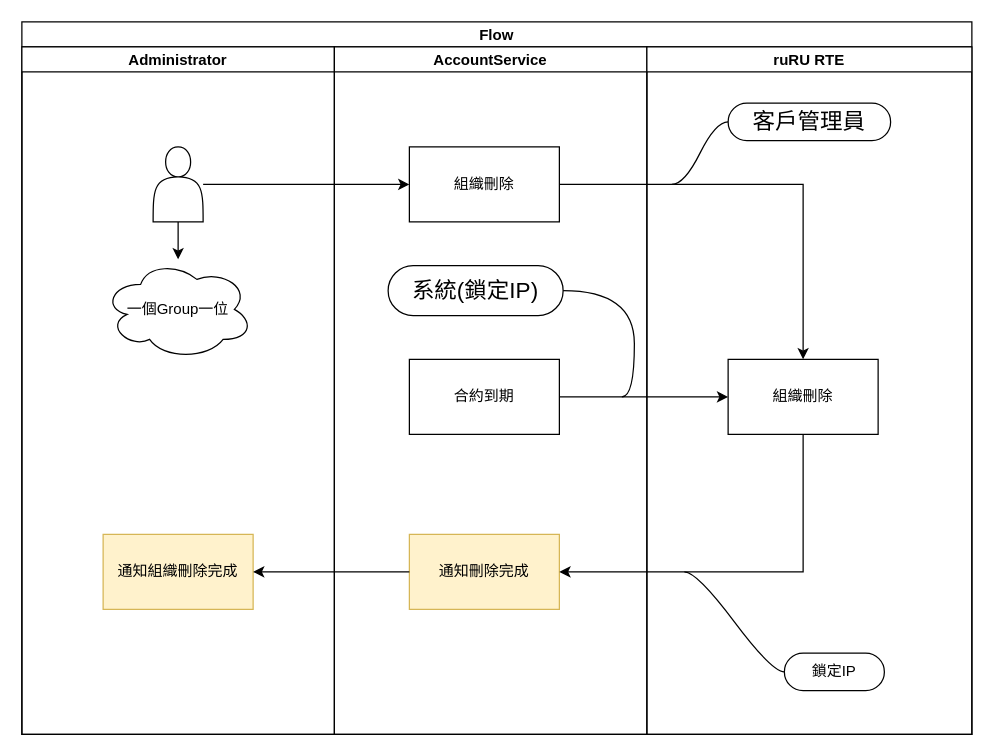
Earlier version of the draw.io diagram page "組織刪除" (5 of 6) of asus/diagram/ASUS-SERVICE-FLOW.drawio (ArcareRD/sadocs). Source tidied: cells renumbered, new cells numbered last; positions are measured from the earlier drawing's top-left corner, leaving out a move shared by most shapes. Both pictures are drawn from the tidied source at 125%, with x=0, y=0 at pixel (21, 21).
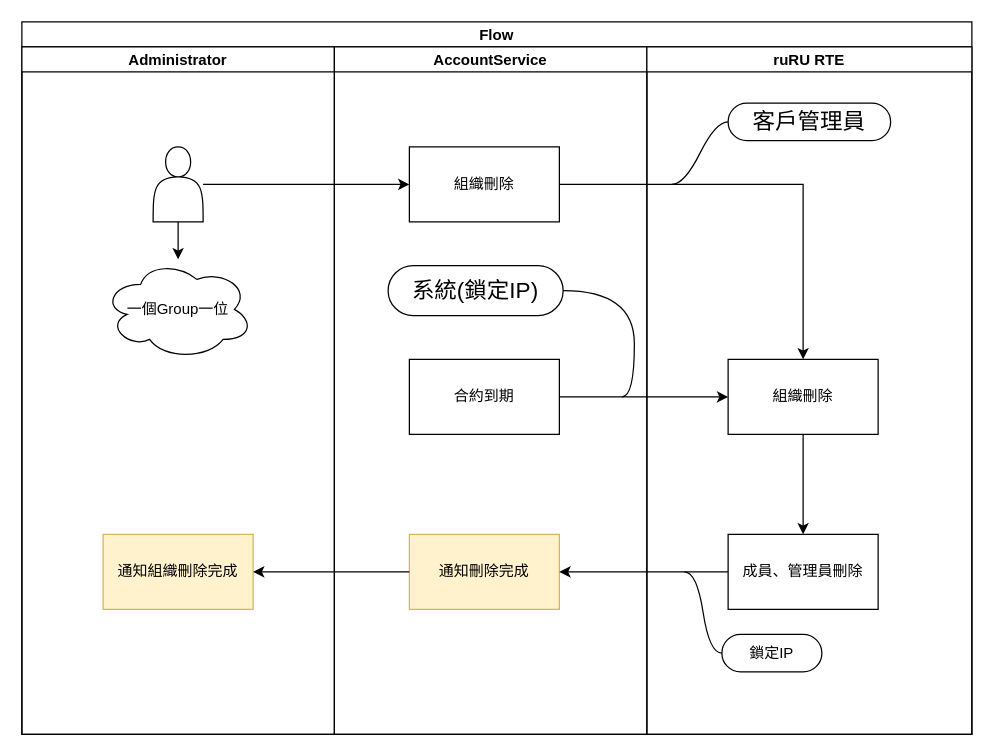
The same diagram, later.

Commit message (it also covers changes not shown here):
華碩整合組織刪除更新

Unchanged cells that the change refers to:
```xml
<mxCell id="2" value="Flow" style="swimlane;startSize=20;" parent="1" vertex="1">
  <mxGeometry width="760" height="570" as="geometry" />
</mxCell>
<mxCell id="12" value="通知刪除完成" style="whiteSpace=wrap;html=1;fillColor=#fff2cc;strokeColor=#d6b656;" parent="9" vertex="1">
  <mxGeometry x="60" y="390" width="120" height="60" as="geometry" />
</mxCell>
<mxCell id="16" value="ruRU RTE" style="swimlane;startSize=20;" parent="2" vertex="1">
  <mxGeometry x="500" y="20" width="260" height="550" as="geometry" />
</mxCell>
<mxCell id="17" value="組織刪除" style="whiteSpace=wrap;html=1;" parent="16" vertex="1">
  <mxGeometry x="65" y="250" width="120" height="60" as="geometry" />
</mxCell>
```

Diff of the diagram source:
```diff
@@
     <mxCell id="18" value="鎖定IP" style="whiteSpace=wrap;html=1;rounded=1;arcSize=50;align=center;verticalAlign=middle;strokeWidth=1;spacing=4;newEdgeStyle={&quot;edgeStyle&quot;:&quot;entityRelationEdgeStyle&quot;,&quot;startArrow&quot;:&quot;none&quot;,&quot;endArrow&quot;:&quot;none&quot;,&quot;segment&quot;:10,&quot;curved&quot;:1};" parent="16" vertex="1">
-      <mxGeometry x="110" y="485" width="80" height="30" as="geometry" />
+      <mxGeometry x="60" y="470" width="80" height="30" as="geometry" />
     </mxCell>
@@
-    <mxCell id="22" style="edgeStyle=orthogonalEdgeStyle;rounded=0;jettySize=auto;html=1;exitX=0.5;exitY=1;exitDx=0;exitDy=0;" parent="2" edge="1" source="17" target="12">
-      <mxGeometry relative="1" as="geometry">
-        <Array as="points">
-          <mxPoint x="625" y="440" />
-        </Array>
-      </mxGeometry>
-    </mxCell>
@@
+    <mxCell id="25" value="成員、管理員刪除" style="whiteSpace=wrap;html=1;" parent="1" vertex="1">
+      <mxGeometry x="565" y="410" width="120" height="60" as="geometry" />
+    </mxCell>
+    <mxCell id="26" style="edgeStyle=orthogonalEdgeStyle;rounded=0;jettySize=auto;html=1;" parent="1" edge="1" source="17" target="25">
+      <mxGeometry relative="1" as="geometry" />
+    </mxCell>
+    <mxCell id="22" style="edgeStyle=orthogonalEdgeStyle;rounded=0;jettySize=auto;html=1;exitX=0;exitY=0.5;exitDx=0;exitDy=0;" parent="1" edge="1" source="25" target="12">
+      <mxGeometry relative="1" as="geometry" />
+    </mxCell>
```
